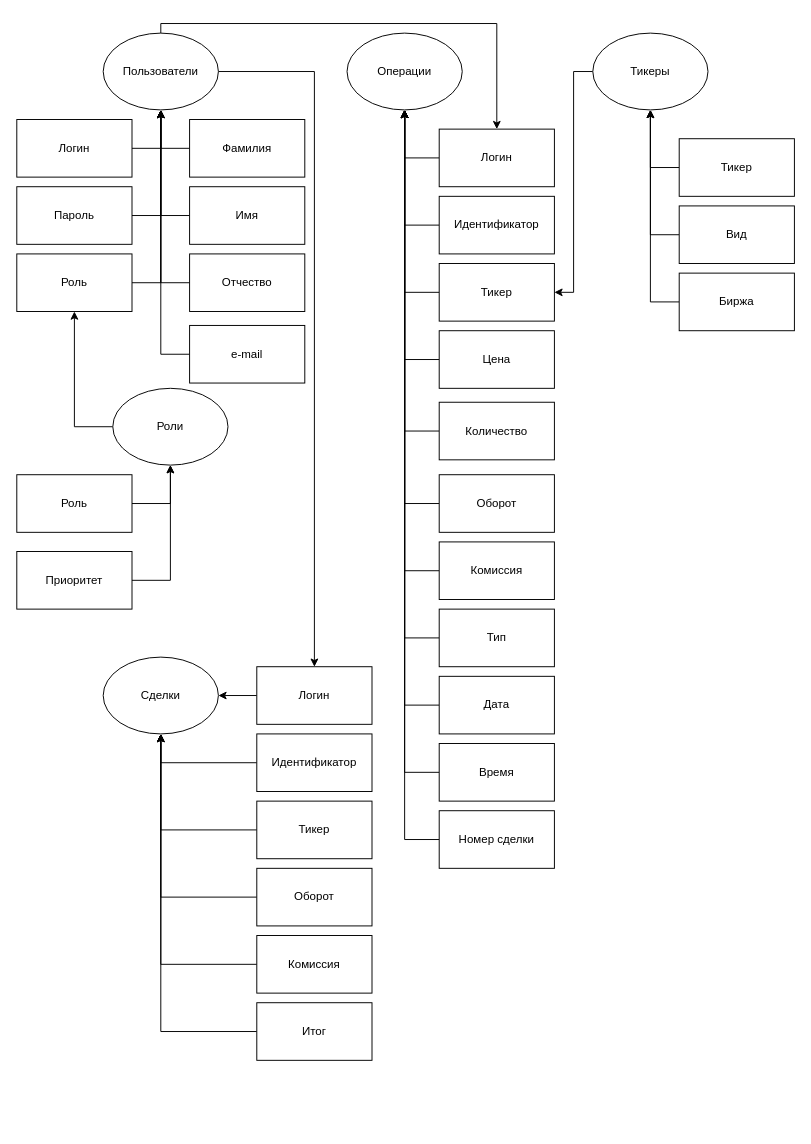
Before: БД_TradingJournal.drawio in SEGAGAMES/TraderJournal, a draw.io diagram. Source tidied: cells renumbered, new cells numbered last; positions are measured from the earlier drawing's top-left corner, leaving out a move shared by most shapes. Both pictures are drawn from the tidied source at 96%, with x=0, y=0 at pixel (16, 23).
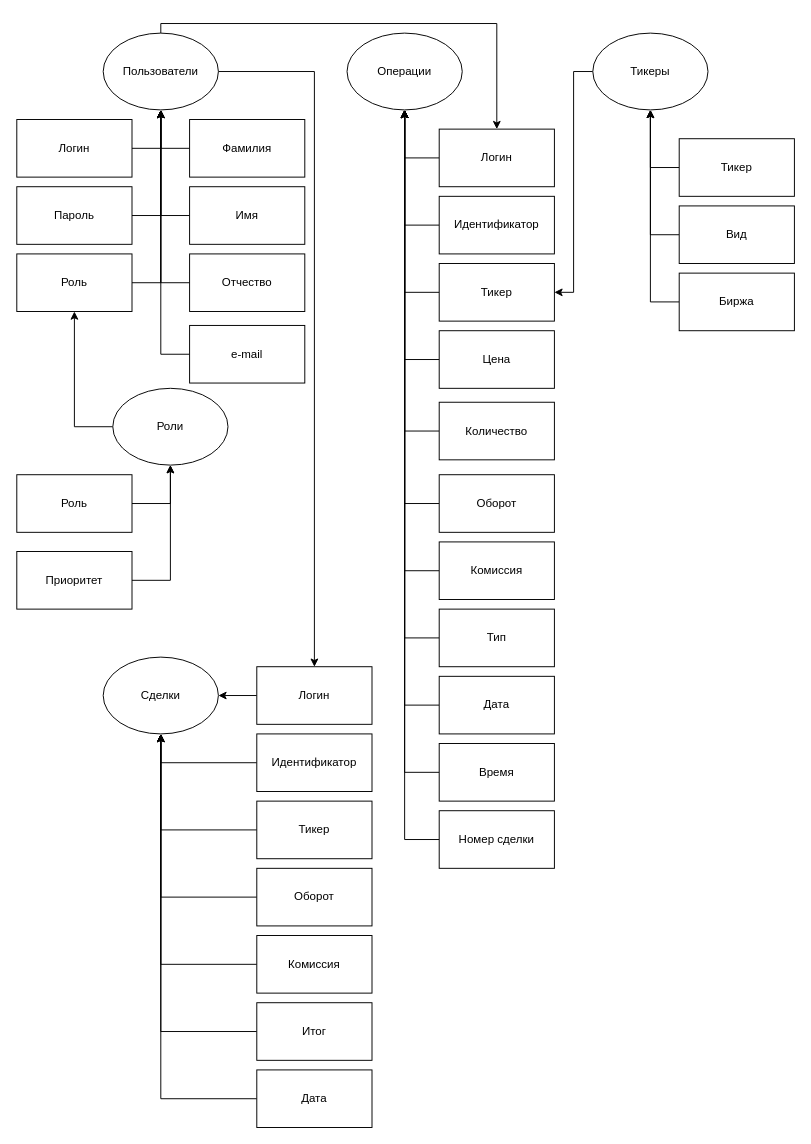
The same diagram, later.

The change refers to these unchanged cells:
```xml
<mxCell id="54" value="Сделки" style="ellipse;whiteSpace=wrap;html=1;" parent="1" vertex="1">
  <mxGeometry x="90" y="660" width="120" height="80" as="geometry" />
</mxCell>
```

Change to the diagram source:
```diff
@@
+    <mxCell id="69" style="edgeStyle=orthogonalEdgeStyle;rounded=0;jettySize=auto;html=1;exitX=0;exitY=0.5;exitDx=0;exitDy=0;entryX=0.5;entryY=1;entryDx=0;entryDy=0;" parent="1" edge="1" source="70" target="54">
+      <mxGeometry relative="1" as="geometry" />
+    </mxCell>
+    <mxCell id="70" value="Дата" style="rounded=0;whiteSpace=wrap;html=1;" parent="1" vertex="1">
+      <mxGeometry x="250" y="1090" width="120" height="60" as="geometry" />
+    </mxCell>
```
